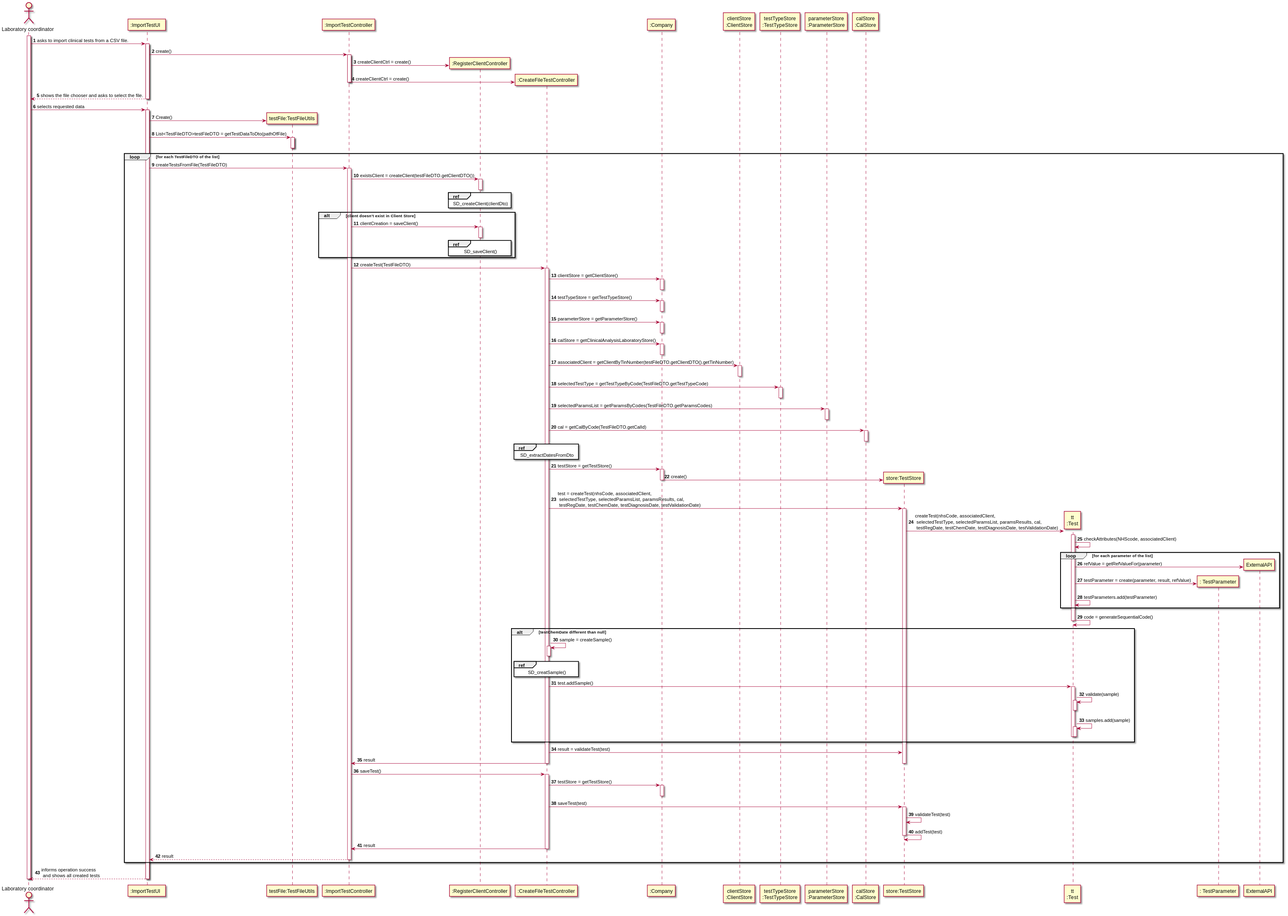
The PlantUML diagram docs/SprintD/US_17/US17_SD.svg in ana-albergaria/LAPR2-ISEP, before a commit.
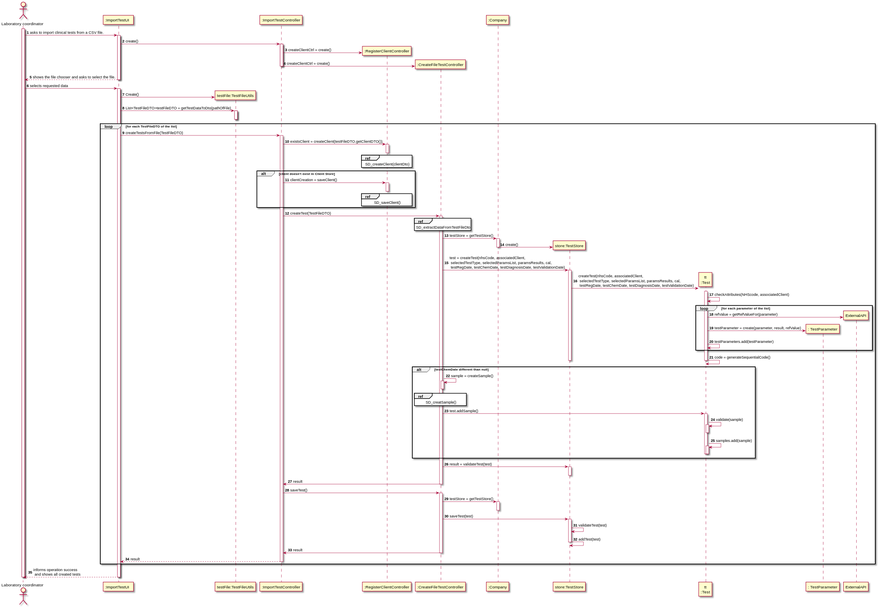
After the commit.

What changed in the source:
```diff
@@ -7,10 +7,6 @@
 participant ":RegisterClientController" as CLIENT_CTRL
 participant ":CreateFileTestController" as TEST_CTRL
 participant ":Company" as PLAT
-participant "clientStore\n:ClientStore" as CLIENT_STORE
-participant "testTypeStore\n:TestTypeStore" as TEST_TYPE_STORE
-participant "parameterStore\n:ParameterStore" as PARAM_STORE
-participant "calStore\n:CalStore" as CAL_STORE
 participant "store:TestStore" as ORG
 participant "tt\n:Test" as TAREFA
 participant ": TestParameter" as tp
@@ -65,43 +61,10 @@
 CTRL -> TEST_CTRL : createTest(TestFileDTO)
 activate TEST_CTRL
 
-TEST_CTRL -> PLAT : clientStore = getClientStore()
-activate PLAT
-deactivate PLAT
 
 
-TEST_CTRL -> PLAT : testTypeStore = getTestTypeStore()
-activate PLAT
-deactivate PLAT
-
-TEST_CTRL -> PLAT : parameterStore = getParameterStore()
-activate PLAT
-deactivate PLAT
-
-TEST_CTRL -> PLAT : calStore = getClinicalAnalysisLaboratoryStore()
-activate PLAT
-deactivate PLAT
-
-TEST_CTRL -> CLIENT_STORE : associatedClient = getClientByTinNumber(testFileDTO.getClientDTO().getTinNumber)
-activate CLIENT_STORE
-deactivate CLIENT_STORE
-
-TEST_CTRL -> TEST_TYPE_STORE : selectedTestType = getTestTypeByCode(TestFileDTO.getTestTypeCode)
-activate TEST_TYPE_STORE
-deactivate TEST_TYPE_STORE
-
-
-
-TEST_CTRL -> PARAM_STORE : selectedParamsList = getParamsByCodes(TestFileDTO.getParamsCodes)
-activate PARAM_STORE
-deactivate PARAM_STORE
-
-TEST_CTRL -> CAL_STORE : cal = getCalByCode(TestFileDTO.getCalId)
-activate CAL_STORE
-deactivate CAL_STORE
-
 ref over TEST_CTRL
-SD_extractDatesFromDto
+SD_extractDataFromTestFileDto
 end
 
 TEST_CTRL -> PLAT : testStore = getTestStore()
@@ -124,6 +87,7 @@
 
 TAREFA -> TAREFA : code = generateSequentialCode()
 deactivate TAREFA
+deactivate ORG
 
 alt testChemDate different than null
 TEST_CTRL -> TEST_CTRL : sample = createSample()
@@ -147,6 +111,8 @@
 end
 
 TEST_CTRL -> ORG : result = validateTest(test)
+activate ORG
+deactivate ORG
 TEST_CTRL -> CTRL : result
 deactivate TEST_CTRL
 
```
